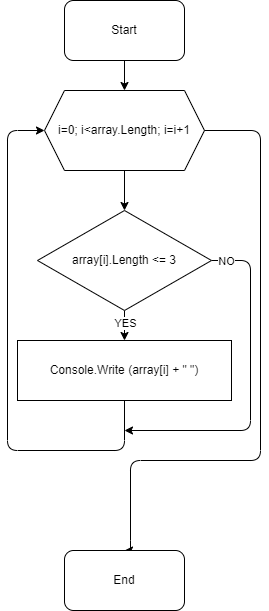
Before: 2.MainMethodSortReturn.drawio.png, a diagram exported from draw.io (wdlts/EXAMINATION_CSHARP). Source tidied: cells renumbered, new cells last; positions are measured from the earlier drawing's top-left corner, leaving out a move shared by most shapes. Its diagram source:
```xml
<mxGraphModel>
  <root>
    <mxCell id="0" />
    <mxCell id="1" parent="0" />
    <mxCell id="2" style="edgeStyle=none;html=1;" parent="1" edge="1" source="3" target="5">
      <mxGeometry relative="1" as="geometry" />
    </mxCell>
    <mxCell id="3" value="Start" style="rounded=1;whiteSpace=wrap;html=1;" parent="1" vertex="1">
      <mxGeometry x="57" width="120" height="60" as="geometry" />
    </mxCell>
    <mxCell id="4" style="edgeStyle=none;html=1;" parent="1" edge="1" source="5" target="11">
      <mxGeometry relative="1" as="geometry" />
    </mxCell>
    <mxCell id="5" value="&lt;span&gt;i=0; i&amp;lt;array.Length; i=i&lt;/span&gt;&lt;span&gt;+1&lt;/span&gt;" style="shape=hexagon;perimeter=hexagonPerimeter2;whiteSpace=wrap;html=1;fixedSize=1;" parent="1" vertex="1">
      <mxGeometry x="37" y="90" width="160" height="80" as="geometry" />
    </mxCell>
    <mxCell id="6" style="edgeStyle=none;html=1;" parent="1" edge="1" source="11" target="13">
      <mxGeometry relative="1" as="geometry" />
    </mxCell>
    <mxCell id="7" value="YES" style="edgeLabel;html=1;align=center;verticalAlign=middle;" parent="6" vertex="1">
      <mxGeometry x="-0.2" relative="1" as="geometry" />
    </mxCell>
    <mxCell id="8" style="edgeStyle=orthogonalEdgeStyle;html=1;exitX=1;exitY=0.5;exitDx=0;exitDy=0;entryX=0.5;entryY=0;entryDx=0;entryDy=0;" parent="1" edge="1" source="5" target="14">
      <mxGeometry relative="1" as="geometry">
        <Array as="points">
          <mxPoint x="253" y="130" />
          <mxPoint x="253" y="460" />
          <mxPoint x="123" y="460" />
          <mxPoint x="123" y="550" />
        </Array>
      </mxGeometry>
    </mxCell>
    <mxCell id="9" style="edgeStyle=orthogonalEdgeStyle;html=1;exitX=1;exitY=0.5;exitDx=0;exitDy=0;" parent="1" edge="1" source="11">
      <mxGeometry relative="1" as="geometry">
        <mxPoint x="117" y="430" as="targetPoint" />
        <Array as="points">
          <mxPoint x="243" y="260" />
          <mxPoint x="243" y="430" />
        </Array>
      </mxGeometry>
    </mxCell>
    <mxCell id="10" value="NO" style="edgeLabel;html=1;align=center;verticalAlign=middle;" parent="9" vertex="1">
      <mxGeometry x="-0.87" relative="1" as="geometry">
        <mxPoint x="-8" as="offset" />
      </mxGeometry>
    </mxCell>
    <mxCell id="11" value="array[i].Length &amp;lt;= 3" style="rhombus;whiteSpace=wrap;html=1;" parent="1" vertex="1">
      <mxGeometry x="30" y="210" width="174" height="100" as="geometry" />
    </mxCell>
    <mxCell id="12" style="edgeStyle=orthogonalEdgeStyle;html=1;entryX=0;entryY=0.5;entryDx=0;entryDy=0;" parent="1" edge="1" source="13" target="5">
      <mxGeometry relative="1" as="geometry">
        <Array as="points">
          <mxPoint x="117" y="450" />
          <mxPoint y="450" />
          <mxPoint y="130" />
        </Array>
      </mxGeometry>
    </mxCell>
    <mxCell id="13" value="Console.Write (array[i] + &quot; &quot;)" style="rounded=0;whiteSpace=wrap;html=1;" parent="1" vertex="1">
      <mxGeometry x="10" y="340" width="214" height="60" as="geometry" />
    </mxCell>
    <mxCell id="14" value="End" style="rounded=1;whiteSpace=wrap;html=1;" parent="1" vertex="1">
      <mxGeometry x="57" y="550" width="120" height="60" as="geometry" />
    </mxCell>
  </root>
</mxGraphModel>
```
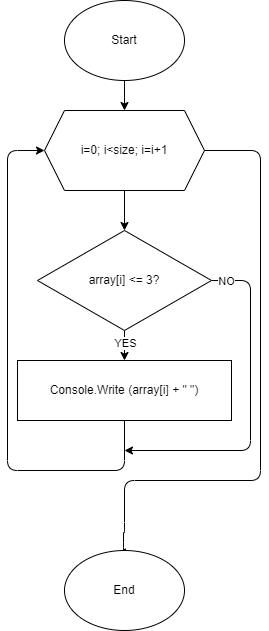
Above is the later version.

What changed in the source:
```diff
@@ -2,16 +2,15 @@
   <root>
     <mxCell id="0" />
     <mxCell id="1" parent="0" />
-    <mxCell id="2" style="edgeStyle=none;html=1;" parent="1" edge="1" source="3" target="5">
-      <mxGeometry relative="1" as="geometry" />
+    <mxCell id="2" style="edgeStyle=none;html=1;" parent="1" edge="1" target="5">
+      <mxGeometry relative="1" as="geometry">
+        <mxPoint x="117" y="60" as="sourcePoint" />
+      </mxGeometry>
     </mxCell>
-    <mxCell id="3" value="Start" style="rounded=1;whiteSpace=wrap;html=1;" parent="1" vertex="1">
-      <mxGeometry x="57" width="120" height="60" as="geometry" />
-    </mxCell>
     <mxCell id="4" style="edgeStyle=none;html=1;" parent="1" edge="1" source="5" target="11">
       <mxGeometry relative="1" as="geometry" />
     </mxCell>
-    <mxCell id="5" value="&lt;span&gt;i=0; i&amp;lt;array.Length; i=i&lt;/span&gt;&lt;span&gt;+1&lt;/span&gt;" style="shape=hexagon;perimeter=hexagonPerimeter2;whiteSpace=wrap;html=1;fixedSize=1;" parent="1" vertex="1">
+    <mxCell id="5" value="&lt;span&gt;i=0; i&amp;lt;size; i=i&lt;/span&gt;&lt;span&gt;+1&lt;/span&gt;" style="shape=hexagon;perimeter=hexagonPerimeter2;whiteSpace=wrap;html=1;fixedSize=1;" parent="1" vertex="1">
       <mxGeometry x="37" y="90" width="160" height="80" as="geometry" />
     </mxCell>
     <mxCell id="6" style="edgeStyle=none;html=1;" parent="1" edge="1" source="11" target="13">
@@ -20,13 +19,14 @@
     <mxCell id="7" value="YES" style="edgeLabel;html=1;align=center;verticalAlign=middle;" parent="6" vertex="1">
       <mxGeometry x="-0.2" relative="1" as="geometry" />
     </mxCell>
-    <mxCell id="8" style="edgeStyle=orthogonalEdgeStyle;html=1;exitX=1;exitY=0.5;exitDx=0;exitDy=0;entryX=0.5;entryY=0;entryDx=0;entryDy=0;" parent="1" edge="1" source="5" target="14">
+    <mxCell id="8" style="edgeStyle=orthogonalEdgeStyle;html=1;exitX=1;exitY=0.5;exitDx=0;exitDy=0;entryX=0.442;entryY=0.025;entryDx=0;entryDy=0;entryPerimeter=0;" parent="1" edge="1" source="5" target="14">
       <mxGeometry relative="1" as="geometry">
         <Array as="points">
           <mxPoint x="253" y="130" />
           <mxPoint x="253" y="460" />
-          <mxPoint x="123" y="460" />
-          <mxPoint x="123" y="550" />
+          <mxPoint x="117" y="460" />
+          <mxPoint x="117" y="512" />
+          <mxPoint x="116" y="512" />
         </Array>
       </mxGeometry>
     </mxCell>
@@ -44,7 +44,7 @@
         <mxPoint x="-8" as="offset" />
       </mxGeometry>
     </mxCell>
-    <mxCell id="11" value="array[i].Length &amp;lt;= 3" style="rhombus;whiteSpace=wrap;html=1;" parent="1" vertex="1">
+    <mxCell id="11" value="array[i] &amp;lt;= 3?" style="rhombus;whiteSpace=wrap;html=1;" parent="1" vertex="1">
       <mxGeometry x="30" y="210" width="174" height="100" as="geometry" />
     </mxCell>
     <mxCell id="12" style="edgeStyle=orthogonalEdgeStyle;html=1;entryX=0;entryY=0.5;entryDx=0;entryDy=0;" parent="1" edge="1" source="13" target="5">
@@ -59,8 +59,11 @@
     <mxCell id="13" value="Console.Write (array[i] + &quot; &quot;)" style="rounded=0;whiteSpace=wrap;html=1;" parent="1" vertex="1">
       <mxGeometry x="10" y="340" width="214" height="60" as="geometry" />
     </mxCell>
+    <mxCell id="3" value="&lt;span&gt;Start&lt;/span&gt;" style="ellipse;whiteSpace=wrap;html=1;" parent="1" vertex="1">
+      <mxGeometry x="57" y="-20" width="120" height="80" as="geometry" />
+    </mxCell>
-    <mxCell id="14" value="End" style="rounded=1;whiteSpace=wrap;html=1;" parent="1" vertex="1">
-      <mxGeometry x="57" y="550" width="120" height="60" as="geometry" />
+    <mxCell id="14" value="End" style="ellipse;whiteSpace=wrap;html=1;" parent="1" vertex="1">
+      <mxGeometry x="57" y="530" width="120" height="80" as="geometry" />
     </mxCell>
   </root>
 </mxGraphModel>
```
